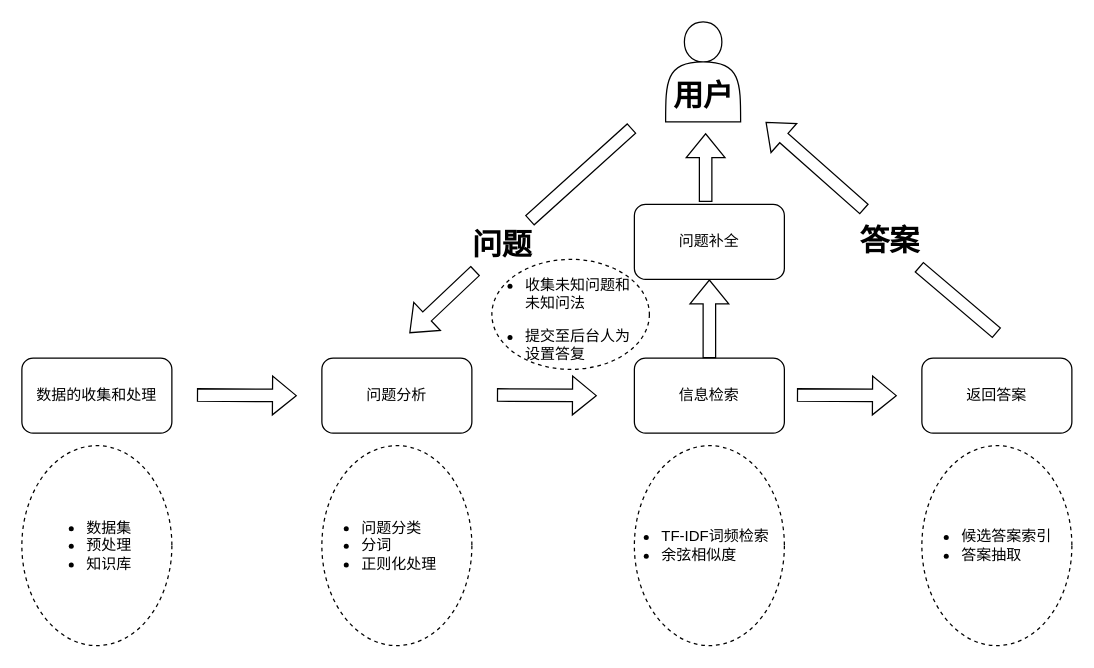
This is page "第 1 页" (1 of 5) of 问答系统流程.drawio from superluckily/md_picture, a draw.io file, before an edit. Source tidied: cells renumbered, new cells numbered last; positions are measured from the earlier drawing's top-left corner, leaving out a move shared by most shapes. Both pictures are drawn from the tidied source at 125%, with x=0, y=0 at pixel (21, 21).
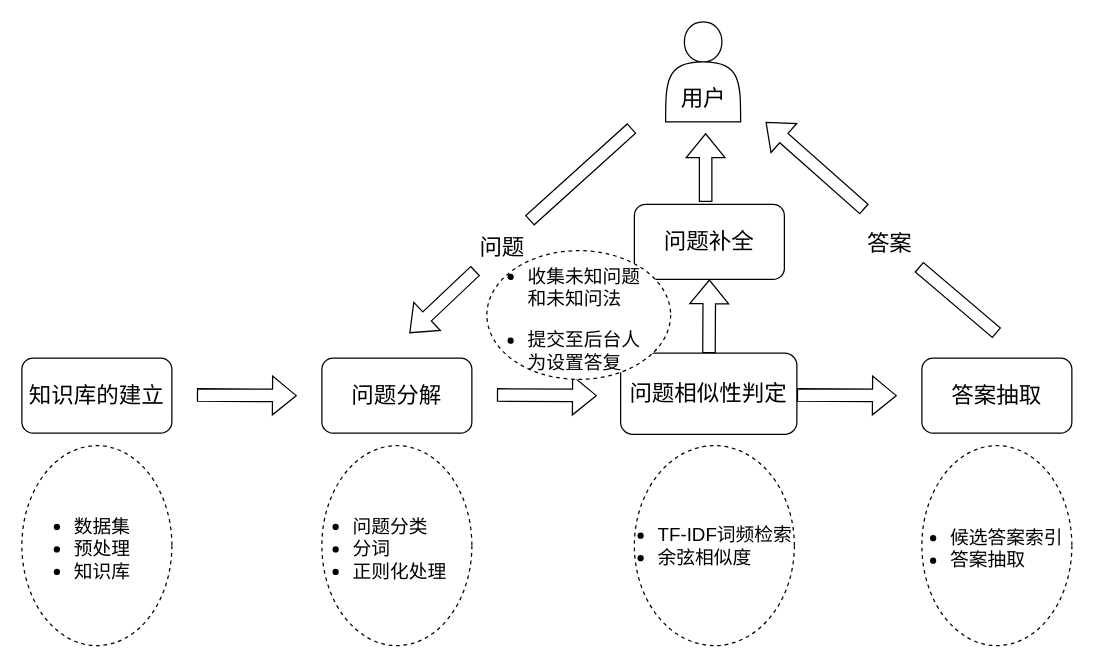
Above is the later version.

Diff of the diagram source:
```diff
@@
-    <mxCell id="2" value="&lt;p class=&quot;MsoNormal&quot;&gt;问题分析&lt;/p&gt;" style="rounded=1;whiteSpace=wrap;html=1;" parent="1" vertex="1">
+    <mxCell id="2" value="&lt;p class=&quot;MsoNormal&quot;&gt;&lt;font style=&quot;font-size: 18px;&quot;&gt;问题分解&lt;/font&gt;&lt;/p&gt;" style="rounded=1;whiteSpace=wrap;html=1;" parent="1" vertex="1">
       <mxGeometry x="240" y="269" width="120" height="60" as="geometry" />
     </mxCell>
-    <mxCell id="3" value="&lt;p class=&quot;MsoNormal&quot;&gt;数据的收集和处理&lt;/p&gt;" style="rounded=1;whiteSpace=wrap;html=1;" parent="1" vertex="1">
+    <mxCell id="3" value="&lt;p class=&quot;MsoNormal&quot;&gt;&lt;font style=&quot;font-size: 18px;&quot;&gt;知识库的建立&lt;/font&gt;&lt;/p&gt;" style="rounded=1;whiteSpace=wrap;html=1;" parent="1" vertex="1">
       <mxGeometry y="269" width="120" height="60" as="geometry" />
     </mxCell>
-    <mxCell id="4" value="&lt;p class=&quot;MsoNormal&quot;&gt;信息检索&lt;/p&gt;" style="rounded=1;whiteSpace=wrap;html=1;" parent="1" vertex="1">
-      <mxGeometry x="490" y="269" width="120" height="60" as="geometry" />
+    <mxCell id="4" value="&lt;p class=&quot;MsoNormal&quot;&gt;&lt;font style=&quot;font-size: 18px;&quot;&gt;问题相似性判定&lt;/font&gt;&lt;br&gt;&lt;/p&gt;" style="rounded=1;whiteSpace=wrap;html=1;" parent="1" vertex="1">
+      <mxGeometry x="479" y="265" width="141" height="65" as="geometry" />
     </mxCell>
-    <mxCell id="5" value="&lt;p class=&quot;MsoNormal&quot;&gt;返回答案&lt;/p&gt;" style="rounded=1;whiteSpace=wrap;html=1;" parent="1" vertex="1">
+    <mxCell id="5" value="&lt;p class=&quot;MsoNormal&quot;&gt;&lt;font style=&quot;font-size: 18px;&quot;&gt;答案抽取&lt;/font&gt;&lt;br&gt;&lt;/p&gt;" style="rounded=1;whiteSpace=wrap;html=1;" parent="1" vertex="1">
       <mxGeometry x="720" y="269" width="120" height="60" as="geometry" />
     </mxCell>
@@
-    <mxCell id="11" value="&lt;ul&gt;&lt;li&gt;数据集&lt;/li&gt;&lt;li&gt;预处理&lt;/li&gt;&lt;li&gt;知识库&lt;/li&gt;&lt;/ul&gt;" style="text;strokeColor=none;fillColor=none;html=1;whiteSpace=wrap;verticalAlign=middle;overflow=hidden;" parent="1" vertex="1">
-      <mxGeometry x="10" y="379" width="100" height="80" as="geometry" />
+    <mxCell id="11" value="&lt;ul style=&quot;font-size: 15px;&quot;&gt;&lt;li&gt;数据集&lt;/li&gt;&lt;li&gt;预处理&lt;/li&gt;&lt;li&gt;知识库&lt;/li&gt;&lt;/ul&gt;" style="text;strokeColor=none;fillColor=none;html=1;whiteSpace=wrap;verticalAlign=middle;overflow=hidden;" parent="1" vertex="1">
+      <mxGeometry y="377" width="100" height="80" as="geometry" />
     </mxCell>
-    <mxCell id="12" value="&lt;ul&gt;&lt;li&gt;问题分类&lt;/li&gt;&lt;li&gt;分词&lt;br&gt;&lt;/li&gt;&lt;li&gt;正则化处理&lt;/li&gt;&lt;/ul&gt;" style="text;strokeColor=none;fillColor=none;html=1;whiteSpace=wrap;verticalAlign=middle;overflow=hidden;" parent="1" vertex="1">
-      <mxGeometry x="230" y="379" width="140" height="80" as="geometry" />
+    <mxCell id="12" value="&lt;ul style=&quot;font-size: 15px;&quot;&gt;&lt;li&gt;问题分类&lt;/li&gt;&lt;li&gt;分词&lt;br&gt;&lt;/li&gt;&lt;li&gt;正则化处理&lt;/li&gt;&lt;/ul&gt;" style="text;strokeColor=none;fillColor=none;html=1;whiteSpace=wrap;verticalAlign=middle;overflow=hidden;" parent="1" vertex="1">
+      <mxGeometry x="223" y="377" width="140" height="80" as="geometry" />
     </mxCell>
@@
-    <mxCell id="16" value="用户" style="text;strokeColor=none;fillColor=none;html=1;fontSize=24;fontStyle=1;verticalAlign=middle;align=center;" parent="1" vertex="1">
+    <mxCell id="16" value="&lt;span style=&quot;font-weight: normal;&quot;&gt;&lt;font style=&quot;font-size: 18px;&quot;&gt;用户&lt;/font&gt;&lt;/span&gt;" style="text;strokeColor=none;fillColor=none;html=1;fontSize=24;fontStyle=1;verticalAlign=middle;align=center;" parent="1" vertex="1">
       <mxGeometry x="495" y="40" width="100" height="40" as="geometry" />
     </mxCell>
     <mxCell id="17" style="ellipse;whiteSpace=wrap;html=1;align=center;dashed=1;" parent="1" vertex="1">
-      <mxGeometry x="490" y="339" width="120" height="160" as="geometry" />
+      <mxGeometry x="490" y="339" width="128" height="160" as="geometry" />
     </mxCell>
@@
-    <mxCell id="19" value="&lt;ul&gt;&lt;li style=&quot;border-color: var(--border-color);&quot;&gt;TF-IDF词频检索&lt;/li&gt;&lt;li style=&quot;border-color: var(--border-color);&quot;&gt;余弦相似度&lt;/li&gt;&lt;/ul&gt;" style="text;strokeColor=none;fillColor=none;html=1;whiteSpace=wrap;verticalAlign=middle;overflow=hidden;" parent="1" vertex="1">
-      <mxGeometry x="470" y="379" width="130" height="80" as="geometry" />
+    <mxCell id="19" value="&lt;ul style=&quot;font-size: 15px;&quot;&gt;&lt;li style=&quot;border-color: var(--border-color);&quot;&gt;TF-IDF词频检索&lt;/li&gt;&lt;li style=&quot;border-color: var(--border-color);&quot;&gt;余弦相似度&lt;/li&gt;&lt;/ul&gt;" style="text;strokeColor=none;fillColor=none;html=1;whiteSpace=wrap;verticalAlign=middle;overflow=hidden;" parent="1" vertex="1">
+      <mxGeometry x="467" y="379" width="153" height="80" as="geometry" />
     </mxCell>
-    <mxCell id="20" value="&lt;ul&gt;&lt;li&gt;候选答案索引&lt;/li&gt;&lt;li&gt;答案抽取&lt;/li&gt;&lt;/ul&gt;" style="text;strokeColor=none;fillColor=none;html=1;whiteSpace=wrap;verticalAlign=middle;overflow=hidden;" parent="1" vertex="1">
-      <mxGeometry x="710" y="379" width="120" height="80" as="geometry" />
+    <mxCell id="20" value="&lt;ul style=&quot;font-size: 15px;&quot;&gt;&lt;li&gt;候选答案索引&lt;/li&gt;&lt;li&gt;答案抽取&lt;/li&gt;&lt;/ul&gt;" style="text;strokeColor=none;fillColor=none;html=1;whiteSpace=wrap;verticalAlign=middle;overflow=hidden;" parent="1" vertex="1">
+      <mxGeometry x="701" y="381" width="135" height="80" as="geometry" />
     </mxCell>
@@
-    <mxCell id="22" value="问题" style="text;strokeColor=none;fillColor=none;html=1;fontSize=24;fontStyle=1;verticalAlign=middle;align=center;" parent="1" vertex="1">
+    <mxCell id="22" value="&lt;span style=&quot;font-weight: normal;&quot;&gt;&lt;font style=&quot;font-size: 18px;&quot;&gt;问题&lt;/font&gt;&lt;/span&gt;" style="text;strokeColor=none;fillColor=none;html=1;fontSize=24;fontStyle=1;verticalAlign=middle;align=center;" parent="1" vertex="1">
       <mxGeometry x="334" y="159" width="100" height="40" as="geometry" />
     </mxCell>
@@
-    <mxCell id="24" value="答案" style="text;strokeColor=none;fillColor=none;html=1;fontSize=24;fontStyle=1;verticalAlign=middle;align=center;" parent="1" vertex="1">
+    <mxCell id="24" value="&lt;font style=&quot;font-size: 18px; font-weight: normal;&quot;&gt;答案&lt;/font&gt;" style="text;strokeColor=none;fillColor=none;html=1;fontSize=24;fontStyle=1;verticalAlign=middle;align=center;" parent="1" vertex="1">
       <mxGeometry x="644" y="156" width="100" height="40" as="geometry" />
     </mxCell>
@@
-    <mxCell id="26" value="问题补全" style="rounded=1;whiteSpace=wrap;html=1;" parent="1" vertex="1">
+    <mxCell id="26" value="&lt;font style=&quot;font-size: 18px;&quot;&gt;问题补全&lt;/font&gt;" style="rounded=1;whiteSpace=wrap;html=1;" parent="1" vertex="1">
       <mxGeometry x="490" y="146" width="120" height="60" as="geometry" />
     </mxCell>
@@
     <mxCell id="28" style="ellipse;whiteSpace=wrap;html=1;align=center;dashed=1;" parent="1" vertex="1">
-      <mxGeometry x="376" y="190" width="126" height="88" as="geometry" />
+      <mxGeometry x="372" y="183" width="147" height="103" as="geometry" />
     </mxCell>
-    <mxCell id="29" value="&lt;ul&gt;&lt;li style=&quot;&quot;&gt;&lt;p class=&quot;MsoNormal&quot;&gt;&lt;font style=&quot;font-size: 12px;&quot; face=&quot;宋体&quot;&gt;收集&lt;/font&gt;&lt;span style=&quot;font-family: &amp;quot;Times New Roman&amp;quot;;&quot;&gt;&lt;font style=&quot;font-size: 12px;&quot; face=&quot;宋体&quot;&gt;未知问题和未知问法&lt;/font&gt;&lt;/span&gt;&lt;/p&gt;&lt;/li&gt;&lt;li style=&quot;&quot;&gt;&lt;p class=&quot;MsoNormal&quot;&gt;&lt;span style=&quot;font-family: &amp;quot;Times New Roman&amp;quot;;&quot;&gt;&lt;font style=&quot;font-size: 12px;&quot; face=&quot;宋体&quot;&gt;提交至后台人为设置答复&lt;/font&gt;&lt;/span&gt;&lt;/p&gt;&lt;/li&gt;&lt;/ul&gt;" style="text;strokeColor=none;fillColor=none;html=1;whiteSpace=wrap;verticalAlign=middle;overflow=hidden;" parent="1" vertex="1">
-      <mxGeometry x="361" y="189" width="134" height="89" as="geometry" />
+    <mxCell id="29" value="&lt;ul style=&quot;font-size: 15px;&quot;&gt;&lt;li style=&quot;&quot;&gt;&lt;p class=&quot;MsoNormal&quot;&gt;&lt;font style=&quot;font-size: 15px;&quot; face=&quot;宋体&quot;&gt;收集&lt;/font&gt;&lt;span style=&quot;font-family: &amp;quot;Times New Roman&amp;quot;;&quot;&gt;&lt;font style=&quot;font-size: 15px;&quot; face=&quot;宋体&quot;&gt;未知问题和未知问法&lt;/font&gt;&lt;/span&gt;&lt;/p&gt;&lt;/li&gt;&lt;li style=&quot;&quot;&gt;&lt;p class=&quot;MsoNormal&quot;&gt;&lt;span style=&quot;font-family: &amp;quot;Times New Roman&amp;quot;;&quot;&gt;&lt;font style=&quot;font-size: 15px;&quot; face=&quot;宋体&quot;&gt;提交至后台人为设置答复&lt;/font&gt;&lt;/span&gt;&lt;/p&gt;&lt;/li&gt;&lt;/ul&gt;" style="text;strokeColor=none;fillColor=none;html=1;whiteSpace=wrap;verticalAlign=middle;overflow=hidden;" parent="1" vertex="1">
+      <mxGeometry x="363" y="170" width="136" height="135" as="geometry" />
     </mxCell>
```
